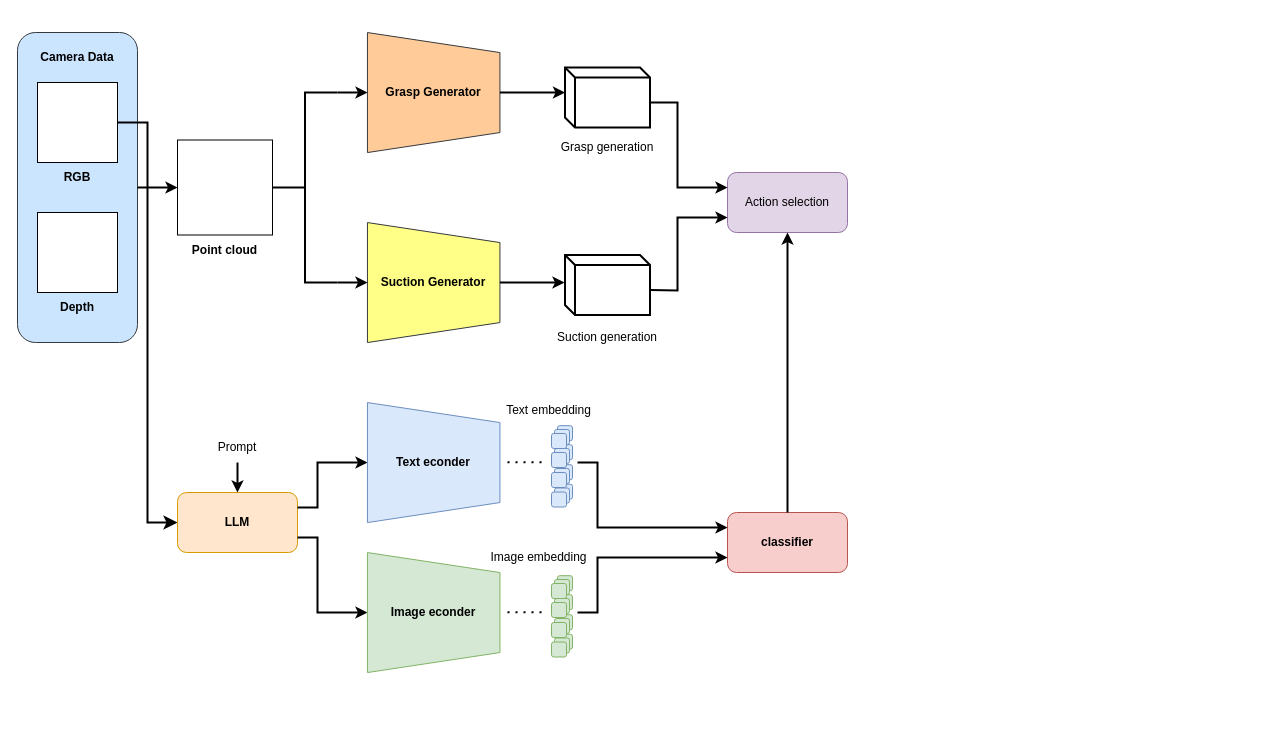
The draw.io diagram 未命名绘图.drawio in t512587/Hand-Eye-Calibration-and-Tool-Center-Point-Calibration, before the edit. Source tidied: cells renumbered, new cells numbered last; positions are measured from the earlier drawing's top-left corner, leaving out a move shared by most shapes. Both pictures are drawn from the tidied source at 100%, with x=0, y=0 at pixel (17, 26).
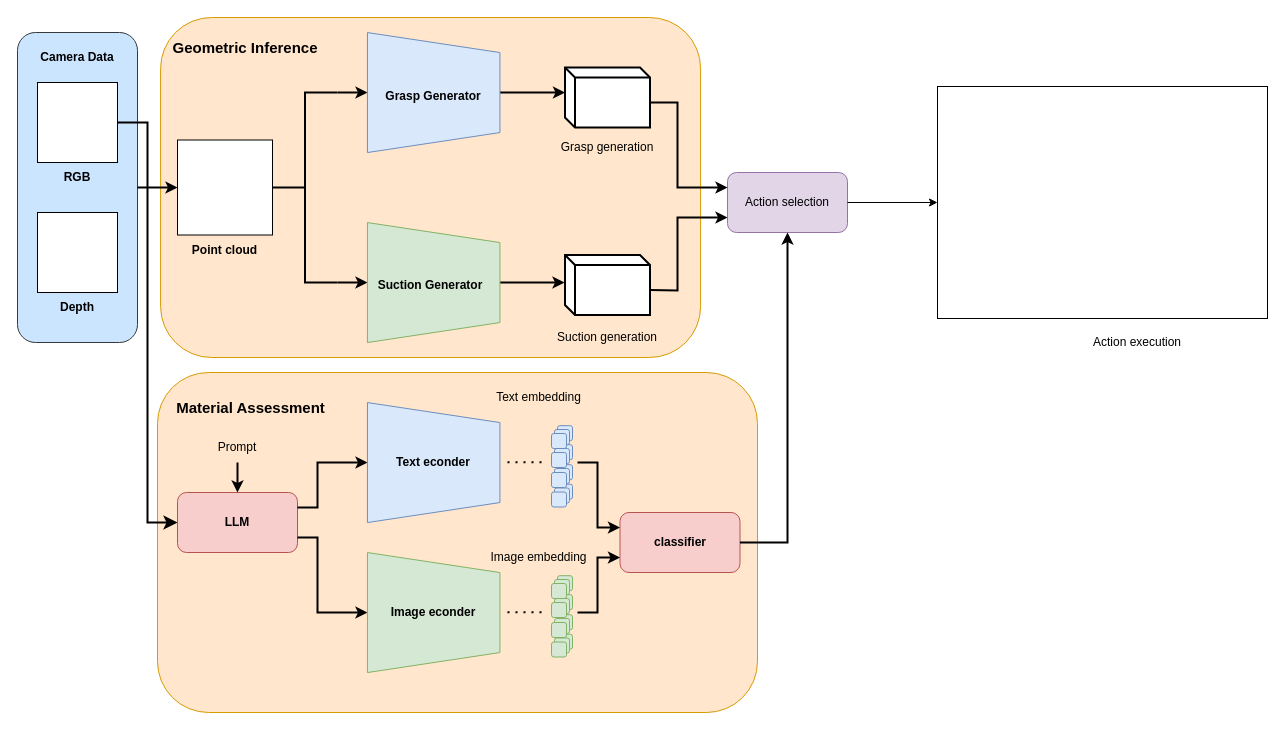
Above is the later version.

The change refers to these unchanged cells:
```xml
<mxCell id="28" style="group;" parent="1" vertex="1">
  <mxGeometry x="140" y="406" width="160" height="120" as="geometry" />
</mxCell>
<mxCell id="75" value="Action selection" style="rounded=1;whiteSpace=wrap;html=1;fillColor=#e1d5e7;strokeColor=#9673a6;" parent="1" vertex="1">
  <mxGeometry x="710" y="146" width="120" height="60" as="geometry" />
</mxCell>
```

Diff of the diagram source:
```diff
@@
+    <mxCell id="79" style="rounded=1;whiteSpace=wrap;html=1;fillColor=#ffe6cc;strokeColor=#d79b00;" parent="1" vertex="1">
+      <mxGeometry x="140" y="346" width="600" height="340" as="geometry" />
+    </mxCell>
+    <mxCell id="80" style="rounded=1;whiteSpace=wrap;html=1;fillColor=#ffe6cc;strokeColor=#d79b00;" parent="1" vertex="1">
+      <mxGeometry x="143.1" y="-9" width="540" height="340" as="geometry" />
+    </mxCell>
@@
-    <mxCell id="9" style="group;" parent="1" vertex="1">
-      <mxGeometry x="350" y="6" width="132.5" height="120" as="geometry" />
-    </mxCell>
-    <mxCell id="10" style="shape=trapezoid;perimeter=trapezoidPerimeter;whiteSpace=wrap;html=1;fixedSize=1;rotation=90;fillColor=#ffcc99;strokeColor=#36393d;" parent="9" vertex="1">
-      <mxGeometry x="6.2" y="-6.2" width="120" height="132.5" as="geometry" />
-    </mxCell>
-    <mxCell id="11" value="&lt;b&gt;Grasp Generator&lt;/b&gt;" style="text;html=1;whiteSpace=wrap;strokeColor=none;fillColor=none;align=center;verticalAlign=middle;rounded=0;" parent="9" vertex="1">
-      <mxGeometry x="9.4" y="45" width="113.8" height="30" as="geometry" />
-    </mxCell>
-    <mxCell id="12" style="group;" parent="1" vertex="1">
-      <mxGeometry x="350" y="196" width="132.5" height="120" as="geometry" />
-    </mxCell>
-    <mxCell id="13" style="shape=trapezoid;perimeter=trapezoidPerimeter;whiteSpace=wrap;html=1;fixedSize=1;rotation=90;fillColor=#ffff88;strokeColor=#36393d;" parent="12" vertex="1">
-      <mxGeometry x="6.2" y="-6.2" width="120" height="132.5" as="geometry" />
-    </mxCell>
-    <mxCell id="14" value="&lt;b&gt;Suction Generator&lt;/b&gt;" style="text;html=1;whiteSpace=wrap;strokeColor=none;fillColor=none;align=center;verticalAlign=middle;rounded=0;" parent="12" vertex="1">
-      <mxGeometry x="9.4" y="45" width="113.8" height="30" as="geometry" />
-    </mxCell>
@@
-    <mxCell id="29" value="&lt;b&gt;LLM&lt;/b&gt;" style="rounded=1;whiteSpace=wrap;html=1;fillColor=#ffe6cc;strokeColor=#d79b00;" parent="28" vertex="1">
+    <mxCell id="29" value="&lt;b&gt;LLM&lt;/b&gt;" style="rounded=1;whiteSpace=wrap;html=1;fillColor=#f8cecc;strokeColor=#b85450;" parent="28" vertex="1">
       <mxGeometry x="20" y="60" width="120" height="60" as="geometry" />
     </mxCell>
@@
-    <mxCell id="40" value="Text embedding" style="text;html=1;whiteSpace=wrap;strokeColor=none;fillColor=none;align=center;verticalAlign=middle;rounded=0;" parent="1" vertex="1">
-      <mxGeometry x="460" y="369.2" width="142.5" height="30" as="geometry" />
+    <mxCell id="40" value="&lt;b&gt;&lt;font style=&quot;font-size: 15px;&quot;&gt;Material Assessment&lt;/font&gt;&lt;/b&gt;" style="text;html=1;whiteSpace=wrap;strokeColor=none;fillColor=none;align=center;verticalAlign=middle;rounded=0;" parent="1" vertex="1">
+      <mxGeometry x="141.5" y="366" width="182.5" height="30" as="geometry" />
     </mxCell>
@@
     <mxCell id="72" value="&lt;strong&gt;classifier&lt;/strong&gt;" style="rounded=1;whiteSpace=wrap;html=1;fillColor=#f8cecc;strokeColor=#b85450;" parent="1" vertex="1">
-      <mxGeometry x="710" y="486" width="120" height="60" as="geometry" />
+      <mxGeometry x="602.5" y="486" width="120" height="60" as="geometry" />
     </mxCell>
@@
-    <mxCell id="78" style="endArrow=classic;html=1;rounded=0;entryX=0.5;entryY=1;entryDx=0;entryDy=0;strokeWidth=2;" parent="1" edge="1" target="75">
+    <mxCell id="78" style="endArrow=classic;html=1;rounded=0;entryX=0.5;entryY=1;entryDx=0;entryDy=0;strokeWidth=2;exitX=1;exitY=0.5;exitDx=0;exitDy=0;" parent="1" edge="1" source="72" target="75">
       <mxGeometry relative="1" as="geometry">
-        <mxPoint x="770" y="486" as="sourcePoint" />
+        <Array as="points">
+          <mxPoint x="770" y="516" />
+        </Array>
       </mxGeometry>
     </mxCell>
+    <mxCell id="81" style="rounded=0;whiteSpace=wrap;html=1;" parent="1" vertex="1">
+      <mxGeometry x="920" y="60" width="330" height="232" as="geometry" />
+    </mxCell>
+    <mxCell id="82" style="endArrow=classic;html=1;rounded=0;exitX=1;exitY=0.5;exitDx=0;exitDy=0;entryX=0;entryY=0.5;entryDx=0;entryDy=0;" parent="1" edge="1" source="75" target="81">
+      <mxGeometry relative="1" as="geometry" />
+    </mxCell>
+    <mxCell id="83" value="Action execution" style="text;html=1;whiteSpace=wrap;strokeColor=none;fillColor=none;align=center;verticalAlign=middle;rounded=0;" parent="1" vertex="1">
+      <mxGeometry x="1050" y="301" width="140" height="30" as="geometry" />
+    </mxCell>
+    <mxCell id="84" value="&lt;b&gt;&lt;font style=&quot;font-size: 15px;&quot;&gt;Geometric Inference&lt;/font&gt;&lt;/b&gt;" style="text;html=1;whiteSpace=wrap;strokeColor=none;fillColor=none;align=center;verticalAlign=middle;rounded=0;" parent="1" vertex="1">
+      <mxGeometry x="141.5" y="6" width="172" height="30" as="geometry" />
+    </mxCell>
+    <mxCell id="10" style="shape=trapezoid;perimeter=trapezoidPerimeter;whiteSpace=wrap;html=1;fixedSize=1;rotation=90;fillColor=#dae8fc;strokeColor=#6c8ebf;" parent="1" vertex="1">
+      <mxGeometry x="356.2" y="-0.2" width="120" height="132.5" as="geometry" />
+    </mxCell>
+    <mxCell id="11" value="&lt;b&gt;Grasp Generator&lt;/b&gt;" style="text;html=1;whiteSpace=wrap;strokeColor=none;fillColor=none;align=center;verticalAlign=middle;rounded=0;" parent="1" vertex="1">
+      <mxGeometry x="359.4" y="7.2" width="113.8" height="125" as="geometry" />
+    </mxCell>
+    <mxCell id="13" style="shape=trapezoid;perimeter=trapezoidPerimeter;whiteSpace=wrap;html=1;fixedSize=1;rotation=90;fillColor=#d5e8d4;strokeColor=#82b366;" parent="1" vertex="1">
+      <mxGeometry x="356.2" y="189.8" width="120" height="132.5" as="geometry" />
+    </mxCell>
+    <mxCell id="14" value="&lt;b&gt;Suction Generator&lt;/b&gt;" style="text;html=1;whiteSpace=wrap;strokeColor=none;fillColor=none;align=center;verticalAlign=middle;rounded=0;" parent="1" vertex="1">
+      <mxGeometry x="356.2" y="243.5" width="113.8" height="30" as="geometry" />
+    </mxCell>
+    <mxCell id="85" value="Text embedding" style="text;html=1;whiteSpace=wrap;strokeColor=none;fillColor=none;align=center;verticalAlign=middle;rounded=0;" parent="1" vertex="1">
+      <mxGeometry x="450" y="356" width="142.5" height="30" as="geometry" />
+    </mxCell>
```
